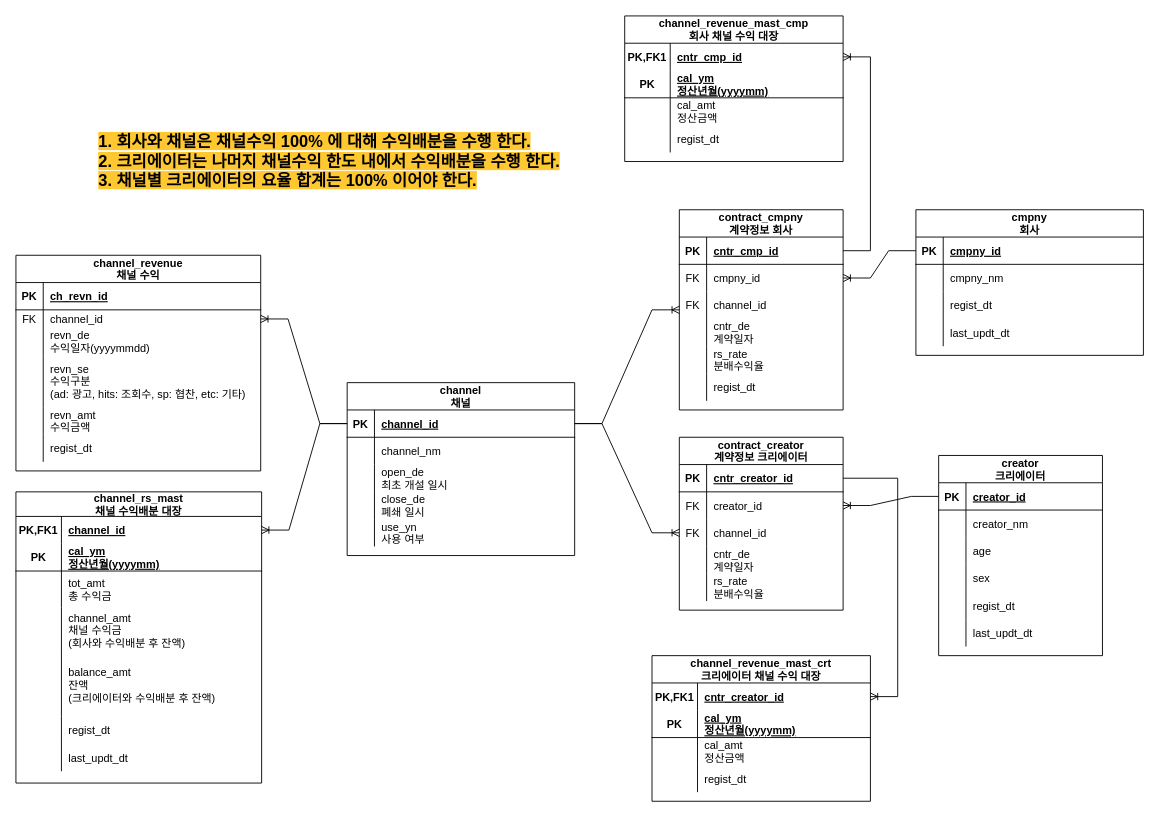
Before: RevenueShare.drawio in minkyu1128/DomainDesign, a draw.io diagram. Source tidied: cells renumbered, new cells numbered last; positions are measured from the earlier drawing's top-left corner, leaving out a move shared by most shapes. Both pictures are drawn from the tidied source at 91%, with x=0, y=0 at pixel (15, 15).
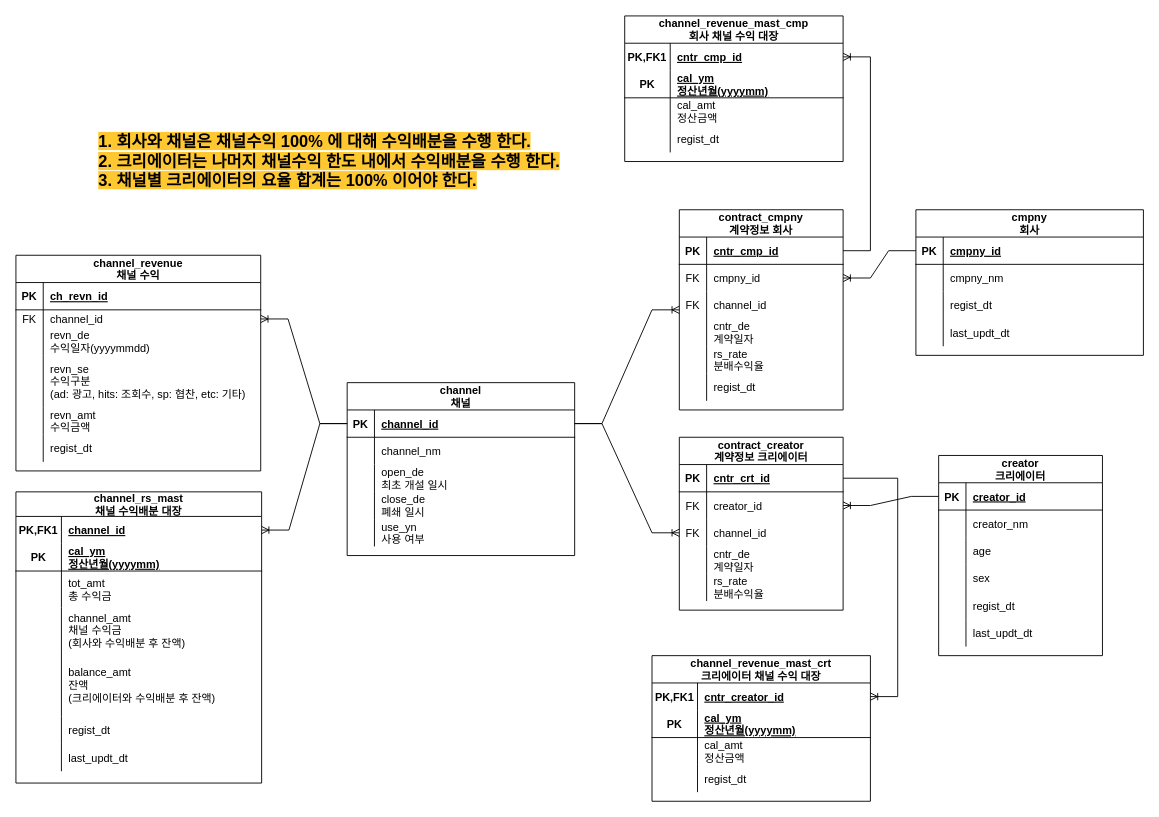
After the change.

The change refers to these unchanged cells:
```xml
<mxCell id="70" style="shape=tableRow;horizontal=0;startSize=0;swimlaneHead=0;swimlaneBody=0;fillColor=none;points=[[0,0.5],[1,0.5]];portConstraint=eastwest;top=0;left=0;right=0;bottom=1;" parent="69" vertex="1">
  <mxGeometry y="30" width="180" height="30" as="geometry" />
</mxCell>
```

What changed in the source:
```diff
@@
-    <mxCell id="72" value="cntr_creator_id" style="shape=partialRectangle;fillColor=none;top=0;left=0;bottom=0;right=0;align=left;spacingLeft=6;fontStyle=5;overflow=hidden;" parent="70" vertex="1">
+    <mxCell id="72" value="cntr_crt_id" style="shape=partialRectangle;fillColor=none;top=0;left=0;bottom=0;right=0;align=left;spacingLeft=6;fontStyle=5;overflow=hidden;" parent="70" vertex="1">
       <mxGeometry x="30" width="150" height="30" as="geometry" />
     </mxCell>
```
